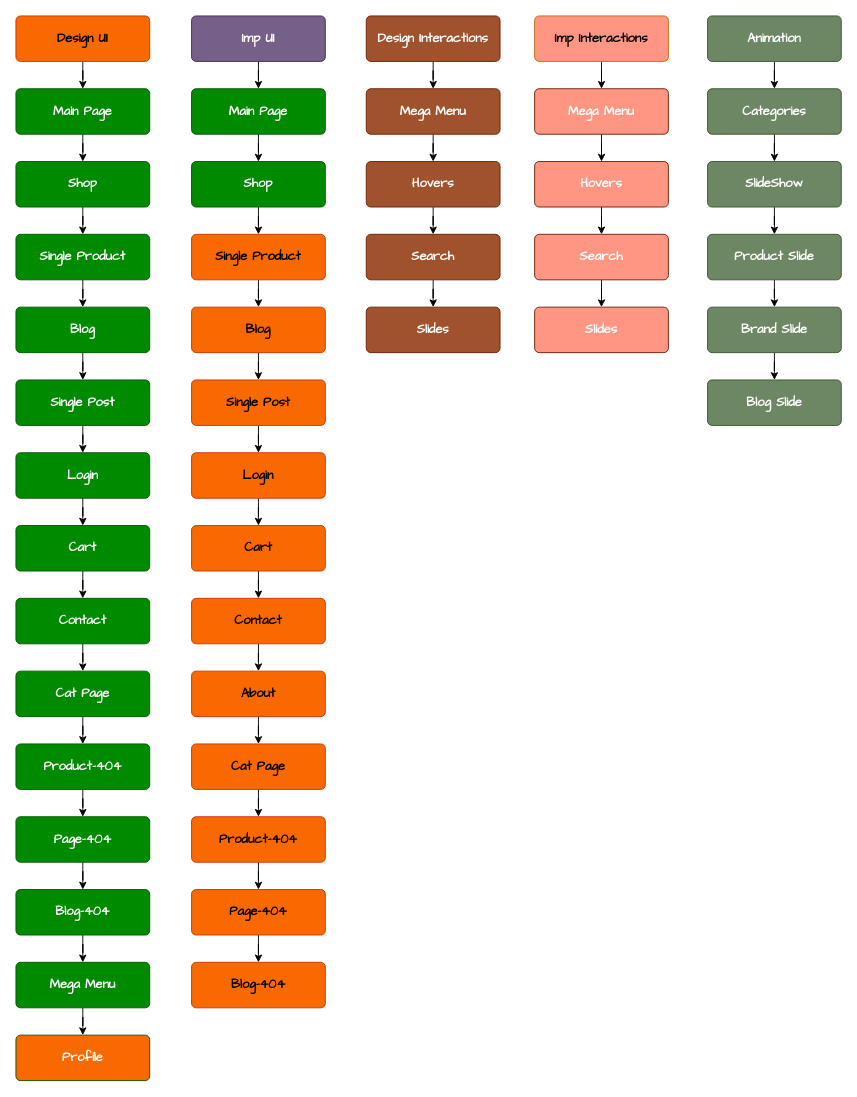
The draw.io diagram JSProject.drawio in monfaredpersonal/Development, before the edit. Source tidied: cells renumbered, new cells numbered last; positions are measured from the earlier drawing's top-left corner, leaving out a move shared by most shapes. Both pictures are drawn from the tidied source at 91%, with x=0, y=0 at pixel (15, 15).
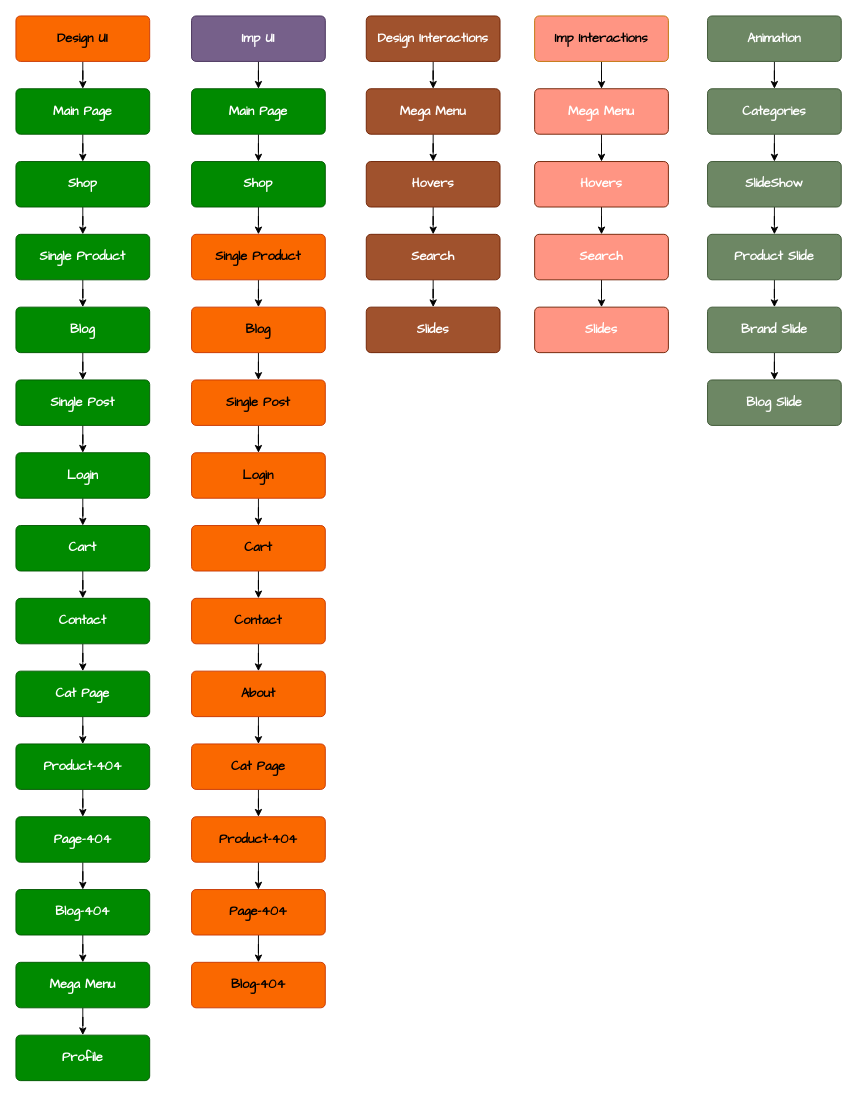
The same diagram, later.

The edit, as a diff of the source:
```diff
@@
-    <mxCell id="86" value="&lt;div style=&quot;forced-color-adjust: none;&quot;&gt;Profile&lt;/div&gt;" style="html=1;shadow=0;dashed=0;shape=mxgraph.bootstrap.rrect;rSize=5;strokeColor=#005700;strokeWidth=1;fillColor=light-dark(#fa6800, #43ba43);fontColor=#ffffff;whiteSpace=wrap;align=center;verticalAlign=middle;spacingLeft=0;fontStyle=1;fontSize=14;spacing=5;rounded=1;glass=0;fillStyle=auto;fontFamily=Comic Sans MS;horizontal=1;textDirection=rtl;points=[];" parent="1" vertex="1">
+    <mxCell id="86" value="&lt;div style=&quot;forced-color-adjust: none;&quot;&gt;Profile&lt;/div&gt;" style="html=1;shadow=0;dashed=0;shape=mxgraph.bootstrap.rrect;rSize=5;strokeColor=#005700;strokeWidth=1;fillColor=#008a00;fontColor=#ffffff;whiteSpace=wrap;align=center;verticalAlign=middle;spacingLeft=0;fontStyle=1;fontSize=14;spacing=5;rounded=1;glass=0;fillStyle=auto;fontFamily=Comic Sans MS;horizontal=1;textDirection=rtl;points=[];" parent="1" vertex="1">
       <mxGeometry y="1120" width="147" height="50" as="geometry" />
     </mxCell>
```
